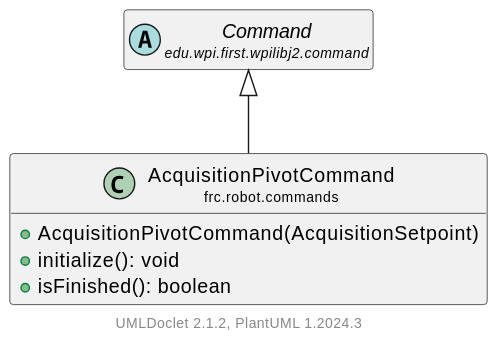
LakotaRobotics1038/2026RobotProject keeps this PlantUML diagram as docs/uml/frc/robot/commands/AcquisitionPivotCommand.svg. Above is the earlier version. Source of this version:
```plantuml
@startuml
    set namespaceSeparator none
    hide empty fields
    hide empty methods

    class "<size:14>AcquisitionPivotCommand\n<size:10>frc.robot.commands" as frc.robot.commands.AcquisitionPivotCommand [[AcquisitionPivotCommand.html]] {
        +AcquisitionPivotCommand(AcquisitionSetpoint)
        +initialize(): void
        +isFinished(): boolean
    }

    abstract class "<size:14>Command\n<size:10>edu.wpi.first.wpilibj2.command" as edu.wpi.first.wpilibj2.command.Command

    edu.wpi.first.wpilibj2.command.Command <|-- frc.robot.commands.AcquisitionPivotCommand
    center footer UMLDoclet 2.1.2, PlantUML %version()
@enduml
```
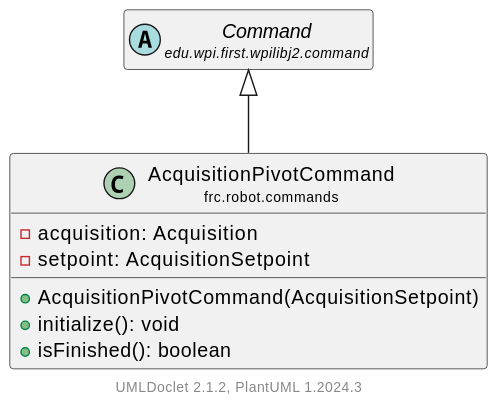
Above is the later version.

Diff of the diagram source:
```diff
@@ -4,6 +4,8 @@
     hide empty methods
 
     class "<size:14>AcquisitionPivotCommand\n<size:10>frc.robot.commands" as frc.robot.commands.AcquisitionPivotCommand [[AcquisitionPivotCommand.html]] {
+        -acquisition: Acquisition
+        -setpoint: AcquisitionSetpoint
         +AcquisitionPivotCommand(AcquisitionSetpoint)
         +initialize(): void
         +isFinished(): boolean
```
